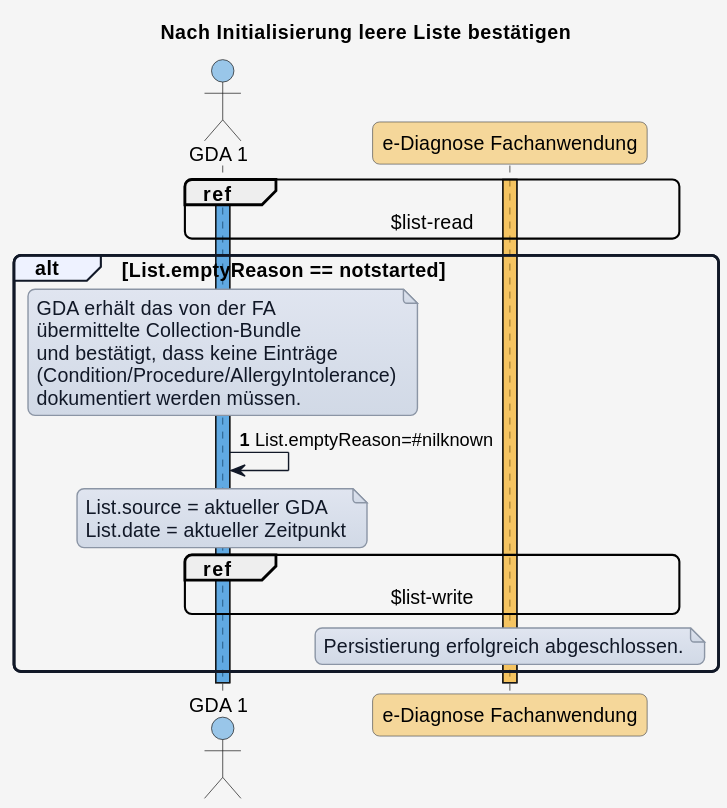
HL7Austria/ELGA-e-Diagnose-R4 keeps this PlantUML diagram as input/images/plantuml/diagram_uc_06_00.svg. Above is the earlier version. The source it was exported from:
```plantuml
@startuml
title Nach Initialisierung leere Liste bestätigen

skinparam borderColor #000000
skinparam backgroundColor #f5f5f5
skinparam shadowing false
skinparam roundCorner 10
skinparam defaultFontName "Arial"
skinparam defaultFontSize 14
skinparam defaultFontColor #000000
skinparam HyperlinkColor #0000EE
skinparam HyperlinkUnderline false
skinparam BoxPadding 20
skinparam BoxBorderColor #555555

skinparam note {
  BackgroundColor #e0e5f0-#d1d9e6
  BorderColor #8b95a5
  BorderThickness 1
  RoundCorner 0
  Padding 6
  FontColor #111827
  Shadowing false
}

skinparam sequence {
  ParticipantBorderColor #555555
  ParticipantBackgroundColor #ffffff
  ParticipantFontColor #000000
  ParticipantFontSize 14
  ParticipantPadding 20
  ArrowColor #111827
  ArrowThickness 1
  ArrowFontColor #000000
  ArrowFontSize 13
  GroupBorderColor #111827
  GroupBackgroundColor #eef2ff
  GroupBorderThickness 2
}

!define COLOR_GDA_1    #0078D460
!define COLOR_GDA_2    #8764B860
!define COLOR_PATIENT  #00950560
!define COLOR_APO      #00B7C360
!define COLOR_DIAG_FA  #f5a40360
!define COLOR_E_REZEPT #E7485660

!define COLOR_OK       #50E6FF25
!define COLOR_ERROR    #FF8C0035

actor GDA_1 as "GDA 1" COLOR_GDA_1
participant eDiag_FA as "e-Diagnose Fachanwendung" COLOR_DIAG_FA

autonumber

activate GDA_1 COLOR_GDA_1
activate eDiag_FA COLOR_DIAG_FA

ref over GDA_1, eDiag_FA : $list-read

alt List.emptyReason == notstarted
  note over GDA_1
  GDA erhält das von der FA
  übermittelte Collection-Bundle
  und bestätigt, dass keine Einträge
  (Condition/Procedure/AllergyIntolerance)
  dokumentiert werden müssen.
  end note

  GDA_1 -> GDA_1: List.emptyReason=#nilknown

  note over GDA_1
  List.source = aktueller GDA
  List.date = aktueller Zeitpunkt
  end note

  ref over GDA_1, eDiag_FA : $list-write

  note over eDiag_FA
  Persistierung erfolgreich abgeschlossen.
  end note
end
@enduml
```
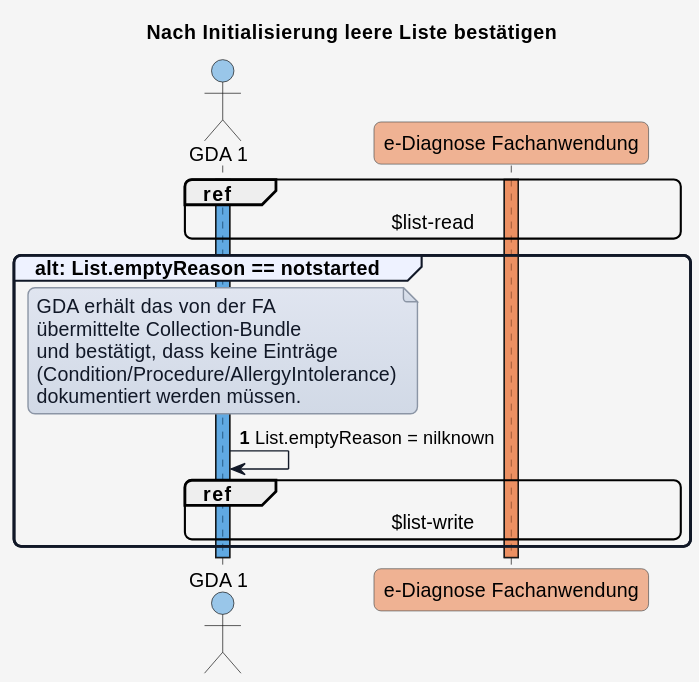
After the commit.

Commit message:
Update diagram acknoledging empty list

The edit, as a diff of the source:
```diff
@@ -42,7 +42,7 @@
 !define COLOR_GDA_2    #8764B860
 !define COLOR_PATIENT  #00950560
 !define COLOR_APO      #00B7C360
-!define COLOR_DIAG_FA  #f5a40360
+!define COLOR_DIAG_FA  #E9713280
 !define COLOR_E_REZEPT #E7485660
 
 !define COLOR_OK       #50E6FF25
@@ -58,26 +58,17 @@
 
 ref over GDA_1, eDiag_FA : $list-read
 
-alt List.emptyReason == notstarted
+group alt: List.emptyReason == notstarted
   note over GDA_1
-  GDA erhält das von der FA
-  übermittelte Collection-Bundle
-  und bestätigt, dass keine Einträge
-  (Condition/Procedure/AllergyIntolerance)
-  dokumentiert werden müssen.
+    GDA erhält das von der FA
+    übermittelte Collection-Bundle
+    und bestätigt, dass keine Einträge
+    (Condition/Procedure/AllergyIntolerance)
+    dokumentiert werden müssen.
   end note
 
-  GDA_1 -> GDA_1: List.emptyReason=#nilknown
-
-  note over GDA_1
-  List.source = aktueller GDA
-  List.date = aktueller Zeitpunkt
-  end note
+  GDA_1 -> GDA_1: List.emptyReason = nilknown
 
   ref over GDA_1, eDiag_FA : $list-write
-
-  note over eDiag_FA
-  Persistierung erfolgreich abgeschlossen.
-  end note
 end
 @enduml
```
